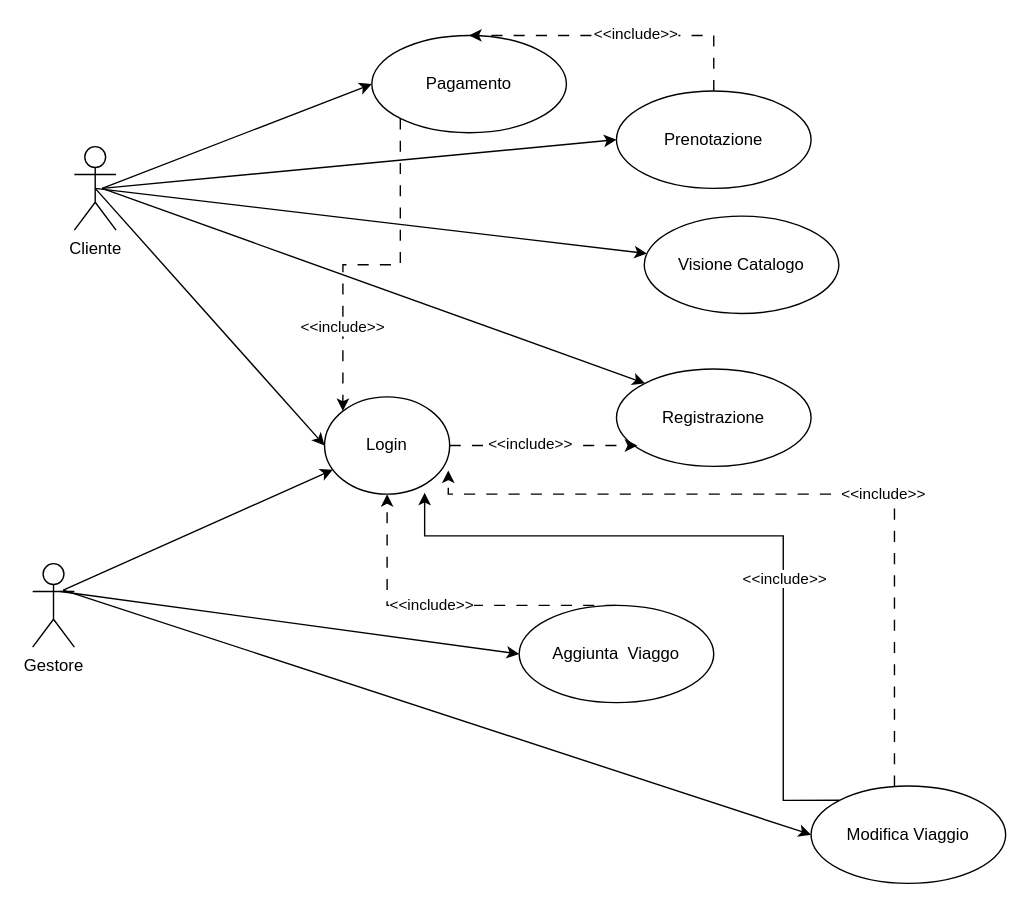
Above: casi.drawio in scinfu/test1 (draw.io), before the change. Source tidied: cells renumbered, new cells numbered last; positions are measured from the earlier drawing's top-left corner, leaving out a move shared by most shapes. Both pictures are drawn from the tidied source at 139%, with x=0, y=0 at pixel (32, 35).
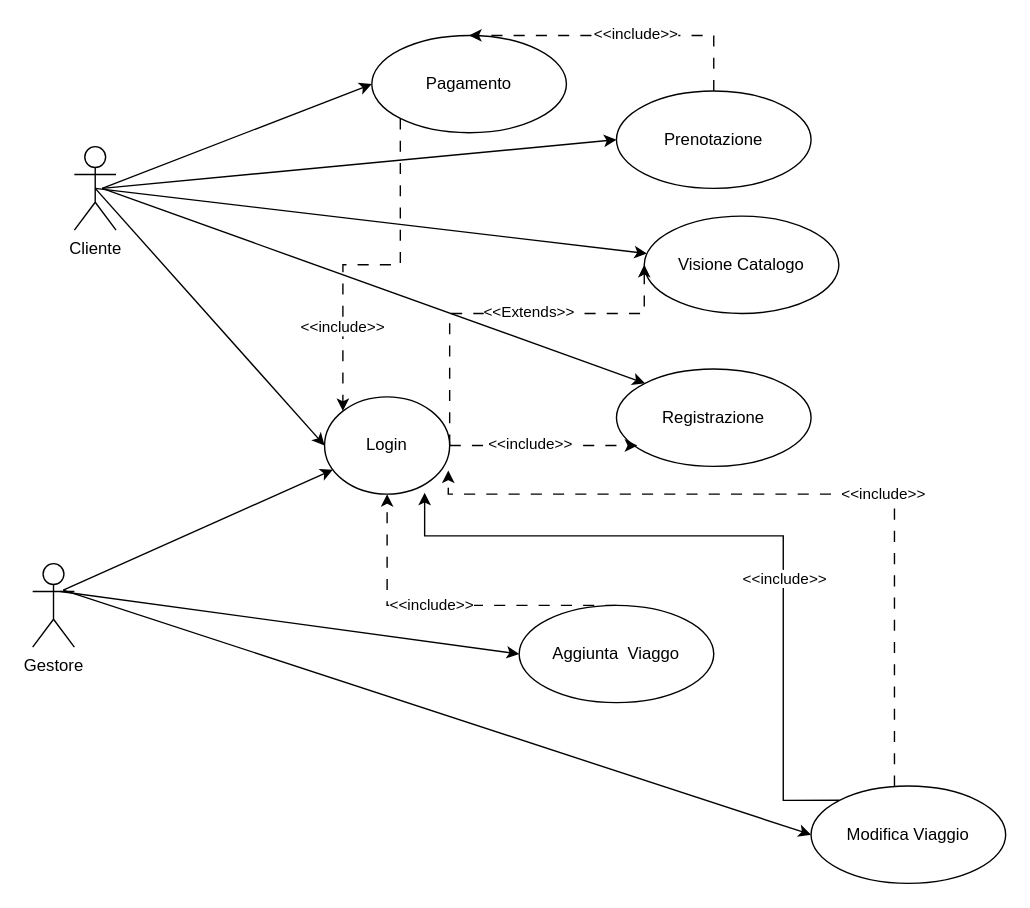
The same diagram, later.

The change refers to these unchanged cells:
```xml
<mxCell id="4" value="Visione Catalogo" style="ellipse;whiteSpace=wrap;html=1;" parent="1" vertex="1">
  <mxGeometry x="440" y="130" width="140" height="70" as="geometry" />
</mxCell>
<mxCell id="12" value="Login" style="ellipse;whiteSpace=wrap;html=1;" parent="1" vertex="1">
  <mxGeometry x="210" y="260" width="90" height="70" as="geometry" />
</mxCell>
```

Diff of the diagram source:
```diff
@@
+    <mxCell id="31" style="edgeStyle=orthogonalEdgeStyle;rounded=0;jettySize=auto;html=1;entryX=0;entryY=0.5;entryDx=0;entryDy=0;dashed=1;dashPattern=8 8;" parent="1" edge="1" source="12" target="4">
+      <mxGeometry relative="1" as="geometry">
+        <Array as="points">
+          <mxPoint x="300" y="200" />
+          <mxPoint x="440" y="200" />
+        </Array>
+      </mxGeometry>
+    </mxCell>
+    <mxCell id="32" value="&amp;lt;&amp;lt;Extends&amp;gt;&amp;gt;" style="edgeLabel;html=1;align=center;verticalAlign=middle;" parent="31" vertex="1">
+      <mxGeometry x="0.12" y="2" relative="1" as="geometry" />
+    </mxCell>
```
